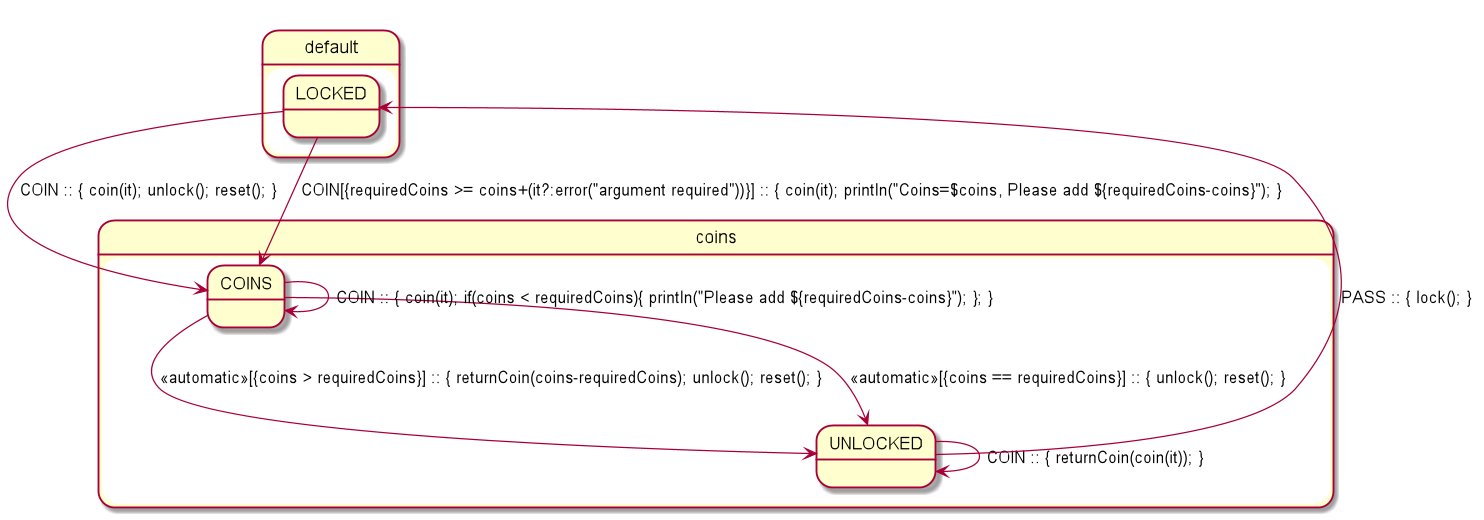
Above: paying_turnstile-parsed.png in open-jumpco/kfsm-viz (PlantUML), before the change. Its diagram source:
```plantuml
@startuml
state coins {
COINS --> UNLOCKED : <<automatic>>[{coins > requiredCoins}] :: { returnCoin(coins-requiredCoins); unlock(); reset(); }
COINS --> UNLOCKED : <<automatic>>[{coins == requiredCoins}] :: { unlock(); reset(); }
COINS --> COINS : COIN :: { coin(it); if(coins < requiredCoins){ println("Please add ${requiredCoins-coins}"); }; }
}
state default {
LOCKED --> COINS : COIN :: { coin(it); unlock(); reset(); }
LOCKED --> COINS : COIN[{requiredCoins >= coins+(it?:error("argument required"))}] :: { coin(it); println("Coins=$coins, Please add ${requiredCoins-coins}"); }
UNLOCKED --> UNLOCKED : COIN :: { returnCoin(coin(it)); }
UNLOCKED --> LOCKED : PASS :: { lock(); }
}
@enduml
```
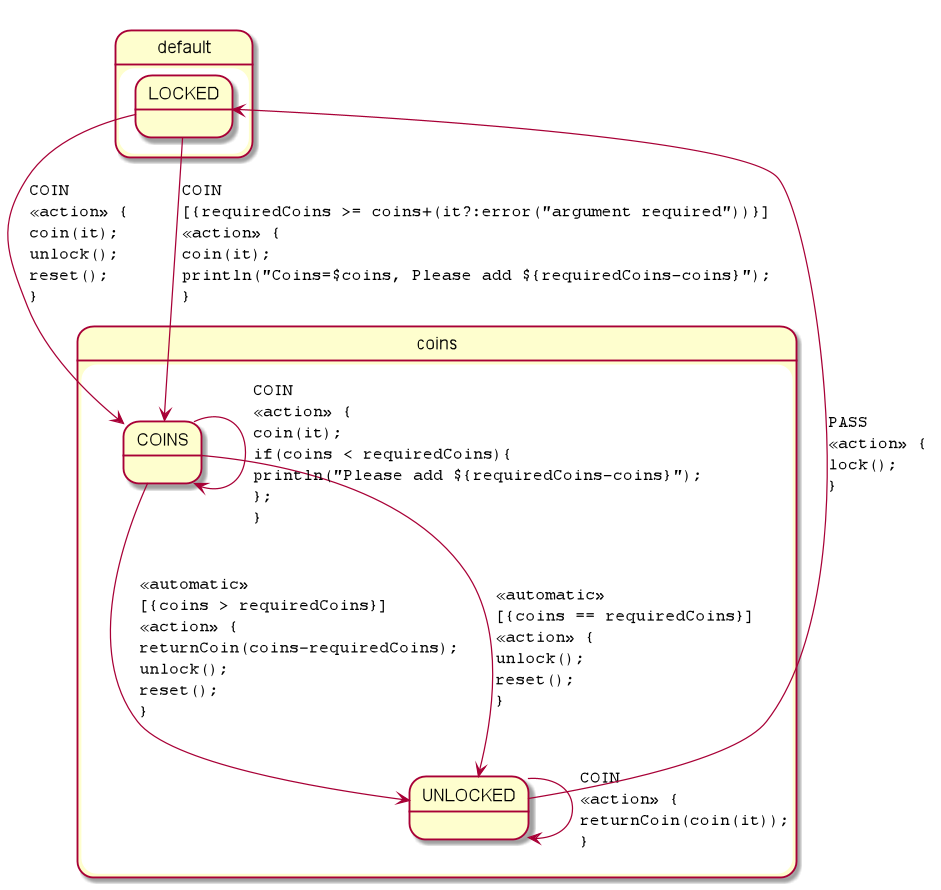
The same file after the commit.

What changed in the source:
```diff
@@ -1,13 +1,15 @@
 @startuml
+skinparam StateFontName Helvetica
+skinparam defaultFontName Monospaced
 state coins {
-COINS --> UNLOCKED : <<automatic>>[{coins > requiredCoins}] :: { returnCoin(coins-requiredCoins); unlock(); reset(); }
-COINS --> UNLOCKED : <<automatic>>[{coins == requiredCoins}] :: { unlock(); reset(); }
-COINS --> COINS : COIN :: { coin(it); if(coins < requiredCoins){ println("Please add ${requiredCoins-coins}"); }; }
+COINS --> UNLOCKED : <<automatic>>\l[{coins > requiredCoins}]\l<<action>> {\lreturnCoin(coins-requiredCoins);\lunlock();\lreset();\l}
+COINS --> UNLOCKED : <<automatic>>\l[{coins == requiredCoins}]\l<<action>> {\lunlock();\lreset();\l}
+COINS --> COINS : COIN\l<<action>> {\lcoin(it);\lif(coins < requiredCoins){\lprintln("Please add ${requiredCoins-coins}");\l};\l}
 }
 state default {
-LOCKED --> COINS : COIN :: { coin(it); unlock(); reset(); }
-LOCKED --> COINS : COIN[{requiredCoins >= coins+(it?:error("argument required"))}] :: { coin(it); println("Coins=$coins, Please add ${requiredCoins-coins}"); }
-UNLOCKED --> UNLOCKED : COIN :: { returnCoin(coin(it)); }
-UNLOCKED --> LOCKED : PASS :: { lock(); }
+LOCKED --> COINS : COIN\l<<action>> {\lcoin(it);\lunlock();\lreset();\l}
+LOCKED --> COINS : COIN\l[{requiredCoins >= coins+(it?:error("argument required"))}]\l<<action>> {\lcoin(it);\lprintln("Coins=$coins, Please add ${requiredCoins-coins}");\l}
+UNLOCKED --> UNLOCKED : COIN\l<<action>> {\lreturnCoin(coin(it));\l}
+UNLOCKED --> LOCKED : PASS\l<<action>> {\llock();\l}
 }
 @enduml
```
